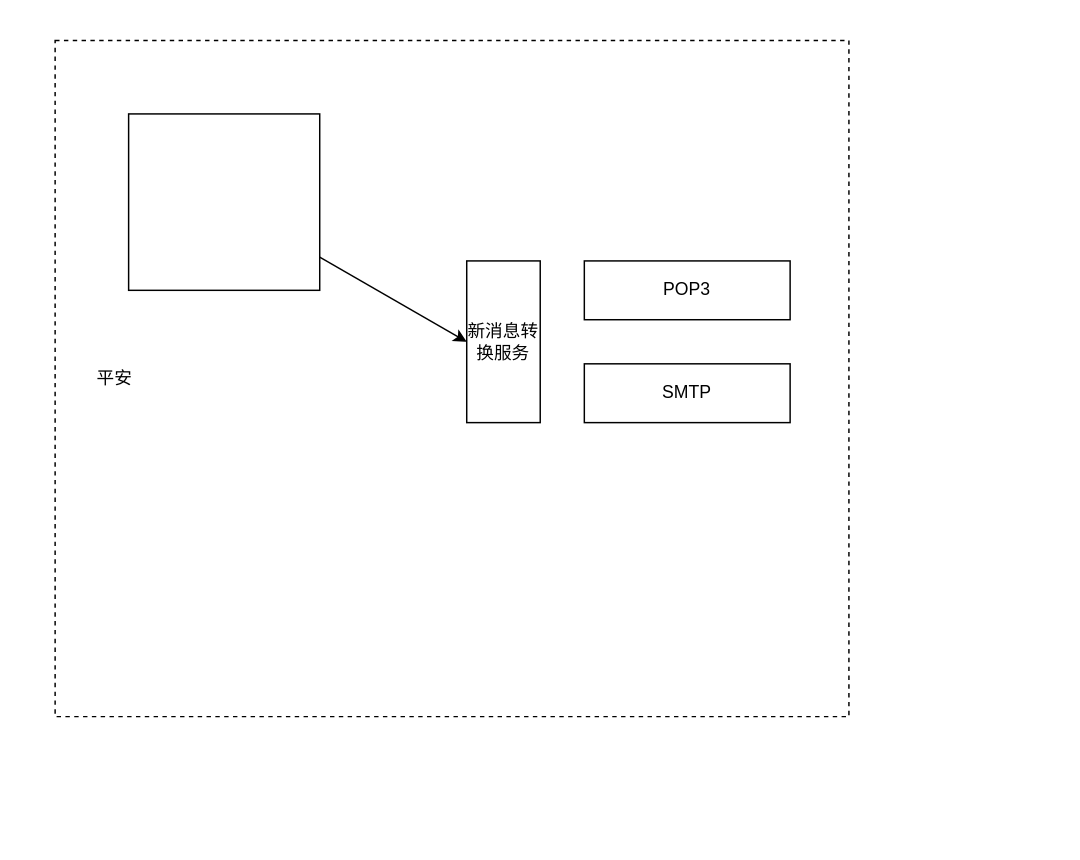
Earlier version of the draw.io diagram 通用协议.drawio (tmoonlight/100lines). Source tidied: cells renumbered, new cells numbered last; positions are measured from the earlier drawing's top-left corner, leaving out a move shared by most shapes. Both pictures are drawn from the tidied source at 147%, with x=0, y=0 at pixel (54, 40).
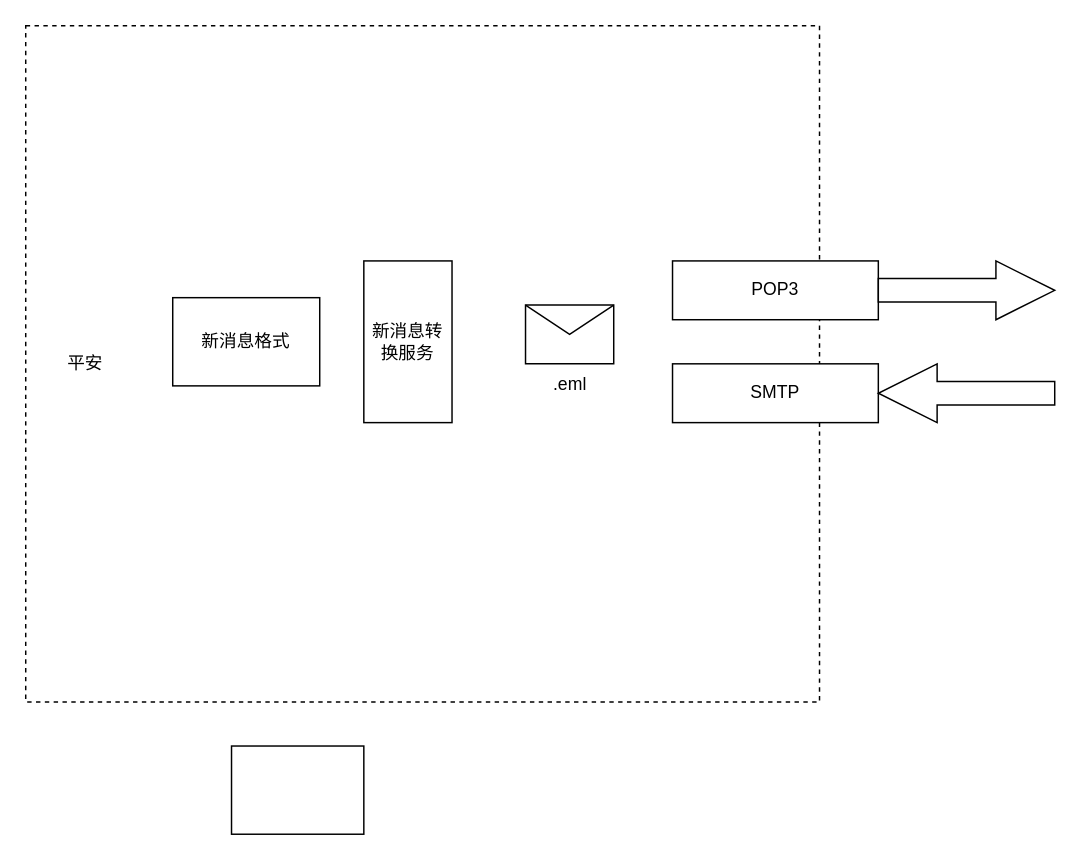
After the change.

Commit message (it also covers changes not shown here):
更新通用协议.drawio

The edit, as a diff of the source:
```diff
@@
 <mxGraphModel>
   <root>
     <mxCell id="0" />
     <mxCell id="1" parent="0" />
     <mxCell id="2" value="&lt;span style=&quot;white-space: pre;&quot;&gt;&#9;&lt;/span&gt;平安" style="rounded=0;whiteSpace=wrap;html=1;dashed=1;align=left;" parent="1" vertex="1">
-      <mxGeometry width="540" height="460" as="geometry" />
+      <mxGeometry x="-20" y="-10" width="540" height="460" as="geometry" />
     </mxCell>
     <mxCell id="3" value="新消息转换服务" style="rounded=0;whiteSpace=wrap;html=1;" parent="1" vertex="1">
-      <mxGeometry x="280" y="150" width="50" height="110" as="geometry" />
+      <mxGeometry x="210" y="150" width="60" height="110" as="geometry" />
     </mxCell>
     <mxCell id="4" value="POP3" style="rounded=0;whiteSpace=wrap;html=1;" parent="1" vertex="1">
-      <mxGeometry x="360" y="150" width="140" height="40" as="geometry" />
+      <mxGeometry x="420" y="150" width="140" height="40" as="geometry" />
     </mxCell>
     <mxCell id="5" value="SMTP" style="rounded=0;whiteSpace=wrap;html=1;" parent="1" vertex="1">
-      <mxGeometry x="360" y="220" width="140" height="40" as="geometry" />
+      <mxGeometry x="420" y="220" width="140" height="40" as="geometry" />
     </mxCell>
-    <mxCell id="6" style="rounded=0;jettySize=auto;html=1;entryX=0;entryY=0.5;entryDx=0;entryDy=0;" parent="1" edge="1" source="7" target="3">
-      <mxGeometry relative="1" as="geometry" />
-    </mxCell>
-    <mxCell id="7" style="rounded=0;whiteSpace=wrap;html=1;" parent="1" vertex="1">
-      <mxGeometry x="50" y="50" width="130" height="120" as="geometry" />
+    <mxCell id="7" value="新消息格式" style="rounded=0;whiteSpace=wrap;html=1;" parent="1" vertex="1">
+      <mxGeometry x="80" y="175" width="100" height="60" as="geometry" />
     </mxCell>
+    <mxCell id="8" style="html=1;shadow=0;dashed=0;align=center;verticalAlign=middle;shape=mxgraph.arrows2.arrow;dy=0.6;dx=40;notch=0;" parent="1" vertex="1">
+      <mxGeometry x="560" y="150" width="120" height="40" as="geometry" />
+    </mxCell>
+    <mxCell id="9" style="html=1;shadow=0;dashed=0;align=center;verticalAlign=middle;shape=mxgraph.arrows2.arrow;dy=0.6;dx=40;notch=0;direction=west;" parent="1" vertex="1">
+      <mxGeometry x="560" y="220" width="120" height="40" as="geometry" />
+    </mxCell>
+    <mxCell id="10" value=".eml" style="shape=message;html=1;html=1;labelPosition=center;verticalLabelPosition=bottom;align=center;verticalAlign=top;" parent="1" vertex="1">
+      <mxGeometry x="320" y="180" width="60" height="40" as="geometry" />
+    </mxCell>
+    <mxCell id="11" style="rounded=0;whiteSpace=wrap;html=1;" parent="1" vertex="1">
+      <mxGeometry x="120" y="480" width="90" height="60" as="geometry" />
+    </mxCell>
   </root>
 </mxGraphModel>
```
